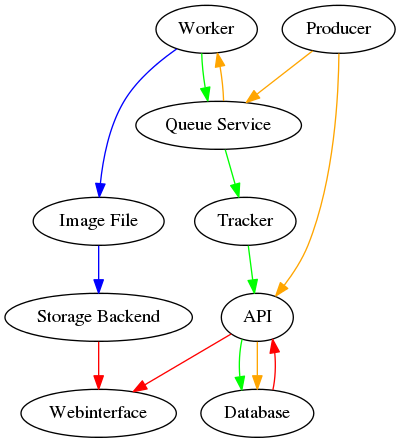
Earlier version of the Graphviz export doc/source/images/diagram.png (openstack-archive/faafo). Its source is kept beside it as doc/source/images/diagram.dot. Its diagram source:
```dot
digraph {
  API -> Database [color=green];
  API -> Database [color=orange];
  Database -> API [color=red];
  API -> Webinterface [color=red];
  Producer -> API [color=orange];
  Producer -> "Queue Service" [color=orange];
  Tracker -> API [color=green];
  "Queue Service" -> Tracker [color=green];
  "Queue Service" -> Worker [color=orange];
  Worker -> "Image File" [color=blue];
  Worker -> "Queue Service" [color=green];
  "Image File" -> "Storage Backend" [color=blue];
  "Storage Backend" -> Webinterface [color=red];
}
```
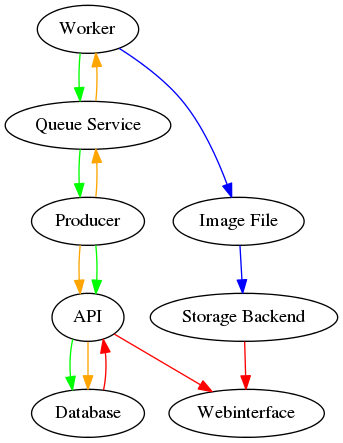
Above is the later version.

Change to the diagram source:
```diff
@@ -4,12 +4,12 @@
   Database -> API [color=red];
   API -> Webinterface [color=red];
   Producer -> API [color=orange];
+  Producer -> API [color=green];
   Producer -> "Queue Service" [color=orange];
-  Tracker -> API [color=green];
-  "Queue Service" -> Tracker [color=green];
   "Queue Service" -> Worker [color=orange];
   Worker -> "Image File" [color=blue];
   Worker -> "Queue Service" [color=green];
+  "Queue Service" -> Producer [color=green];
   "Image File" -> "Storage Backend" [color=blue];
   "Storage Backend" -> Webinterface [color=red];
 }
```
